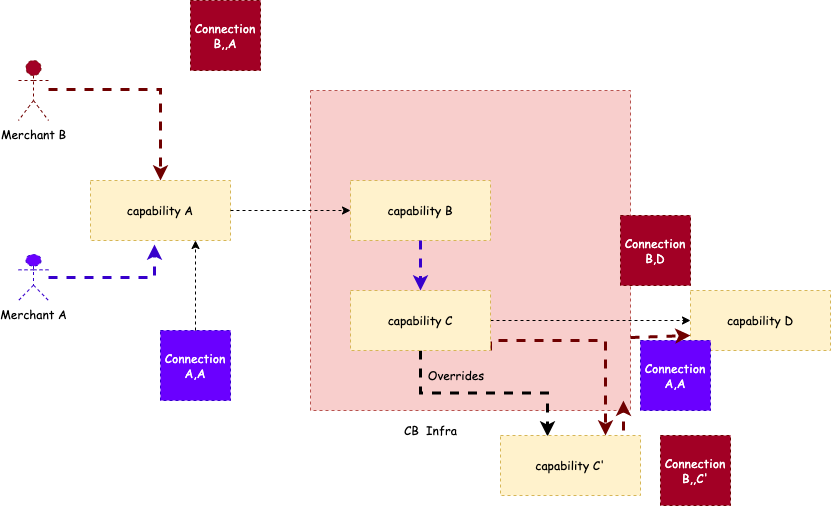
Before: Hubble-Project-Notes/images/08-credential-scenarios.png, a diagram exported from draw.io (cb-manick/hubble). Source tidied: cells renumbered, new cells last; positions are measured from the earlier drawing's top-left corner, leaving out a move shared by most shapes.
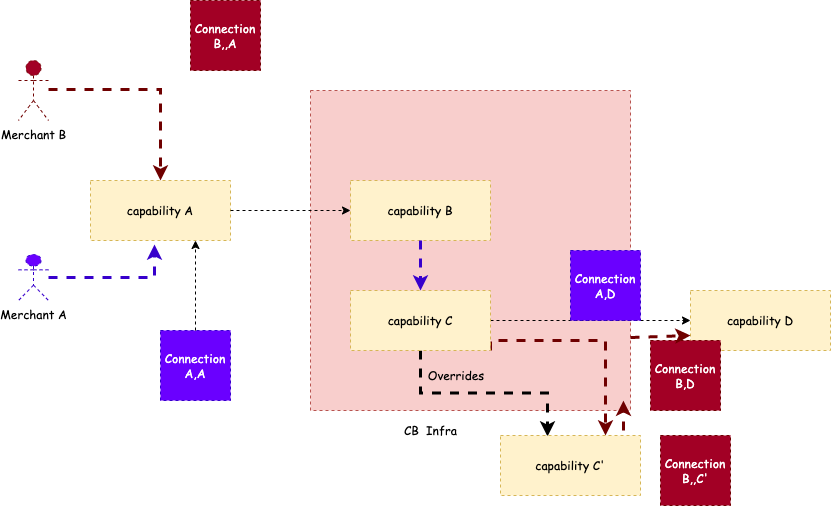
Later version of the same file.

Diff of the diagram source:
```diff
@@ -73,11 +73,11 @@
     <mxCell id="22" value="Connection B,,C'" style="whiteSpace=wrap;html=1;dashed=1;fontFamily=Comic Sans MS;fillColor=#a20025;fontColor=#ffffff;strokeColor=#6F0000;" parent="1" vertex="1">
       <mxGeometry x="642" y="435" width="70" height="70" as="geometry" />
     </mxCell>
-    <mxCell id="23" value="Connection A,A" style="whiteSpace=wrap;html=1;dashed=1;fontFamily=Comic Sans MS;fillColor=#6a00ff;fontColor=#ffffff;strokeColor=#3700CC;" parent="1" vertex="1">
-      <mxGeometry x="622" y="340" width="70" height="70" as="geometry" />
+    <mxCell id="23" value="Connection A,D" style="whiteSpace=wrap;html=1;dashed=1;fontFamily=Comic Sans MS;fillColor=#6a00ff;fontColor=#ffffff;strokeColor=#3700CC;" parent="1" vertex="1">
+      <mxGeometry x="552" y="250" width="70" height="70" as="geometry" />
     </mxCell>
     <mxCell id="24" value="Connection B,D" style="whiteSpace=wrap;html=1;dashed=1;fontFamily=Comic Sans MS;fillColor=#a20025;fontColor=#ffffff;strokeColor=#6F0000;" parent="1" vertex="1">
-      <mxGeometry x="602" y="215" width="70" height="70" as="geometry" />
+      <mxGeometry x="632" y="340" width="70" height="70" as="geometry" />
     </mxCell>
     <mxCell id="25" style="endArrow=classic;html=1;rounded=0;dashed=1;fontFamily=Comic Sans MS;fontColor=#000000;strokeWidth=3;entryX=0.978;entryY=0.969;entryDx=0;entryDy=0;entryPerimeter=0;fillColor=#a20025;strokeColor=#6F0000;" parent="1" edge="1" target="2">
       <mxGeometry relative="1" as="geometry">
```
